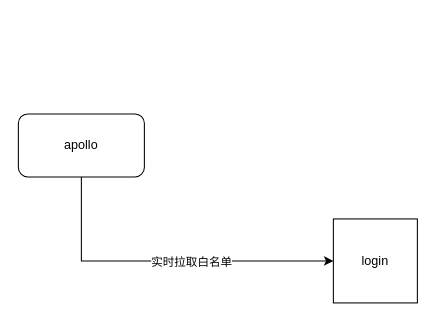
Before: 登录总体.drawio in xiell2016/hetaoDesign, a draw.io diagram. Source tidied: cells renumbered, new cells numbered last; positions are measured from the earlier drawing's top-left corner, leaving out a move shared by most shapes. Both pictures are drawn from the tidied source at 105%, with x=0, y=0 at pixel (18, 113).
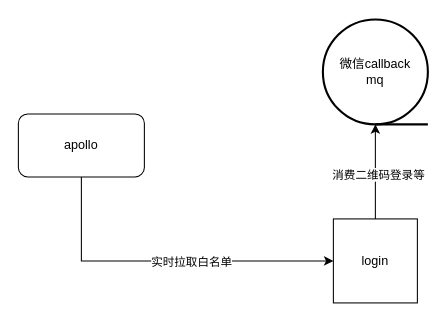
The same diagram, later.

Commit message (it also covers changes not shown here):
更新登录总体.drawio

Diff of the diagram source:
```diff
@@
 <mxGraphModel>
   <root>
     <mxCell id="0" />
     <mxCell id="1" parent="0" />
+    <mxCell id="6" style="edgeStyle=orthogonalEdgeStyle;rounded=0;jettySize=auto;html=1;exitX=0.5;exitY=0;exitDx=0;exitDy=0;entryX=0.5;entryY=1;entryDx=0;entryDy=0;entryPerimeter=0;" parent="1" edge="1" source="2" target="8">
+      <mxGeometry relative="1" as="geometry" />
+    </mxCell>
+    <mxCell id="7" value="消费二维码登录等" style="edgeLabel;html=1;align=center;verticalAlign=middle;" parent="6" vertex="1">
+      <mxGeometry x="-0.04" y="-2" relative="1" as="geometry" />
+    </mxCell>
     <mxCell id="2" value="login" style="whiteSpace=wrap;html=1;" parent="1" vertex="1">
       <mxGeometry x="300" y="100" width="80" height="80" as="geometry" />
     </mxCell>
     <mxCell id="3" style="edgeStyle=orthogonalEdgeStyle;rounded=0;jettySize=auto;html=1;exitX=0.5;exitY=1;exitDx=0;exitDy=0;entryX=0;entryY=0.5;entryDx=0;entryDy=0;" parent="1" edge="1" source="5" target="2">
       <mxGeometry relative="1" as="geometry" />
     </mxCell>
     <mxCell id="4" value="实时拉取白名单" style="edgeLabel;html=1;align=center;verticalAlign=middle;" parent="3" vertex="1">
       <mxGeometry x="0.15" relative="1" as="geometry" />
     </mxCell>
     <mxCell id="5" value="apollo" style="rounded=1;whiteSpace=wrap;html=1;" parent="1" vertex="1">
       <mxGeometry width="120" height="60" as="geometry" />
     </mxCell>
+    <mxCell id="8" value="微信callback&lt;br&gt;mq" style="strokeWidth=2;html=1;shape=mxgraph.flowchart.sequential_data;whiteSpace=wrap;" parent="1" vertex="1">
+      <mxGeometry x="290" y="-90" width="100" height="100" as="geometry" />
+    </mxCell>
   </root>
 </mxGraphModel>
```
